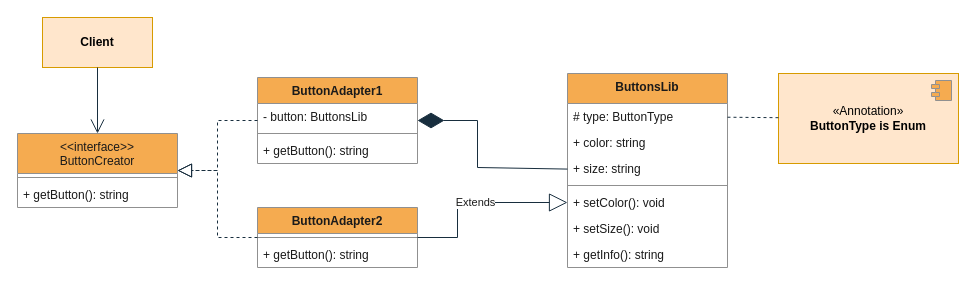
Before: diagrams/structural/1adapter.drawio in Vlas1d/BasePatterns, a draw.io diagram. Source tidied: cells renumbered, new cells numbered last; positions are measured from the earlier drawing's top-left corner, leaving out a move shared by most shapes. Both pictures are drawn from the tidied source at 100%, with x=0, y=0 at pixel (17, 17).
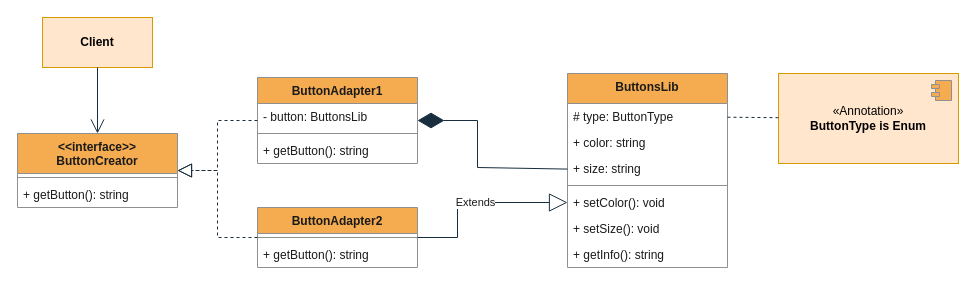
After the change.

Commit message (it also covers changes not shown here):
wrapper (code&diagram)

Change to the diagram source:
```diff
@@
-    <mxCell id="4" value="&lt;span style=&quot;font-weight: normal;&quot;&gt;&amp;lt;&amp;lt;interface&amp;gt;&amp;gt;&lt;br&gt;ButtonCreator&lt;/span&gt;" style="swimlane;fontStyle=1;align=center;verticalAlign=top;horizontal=1;startSize=40;whiteSpace=wrap;html=1;strokeColor=#909090;fontColor=#1A1A1A;fillColor=#F5AB50;" parent="1" vertex="1">
+    <mxCell id="4" value="&amp;lt;&amp;lt;interface&amp;gt;&amp;gt;&lt;br&gt;ButtonCreator" style="swimlane;fontStyle=1;align=center;verticalAlign=top;horizontal=1;startSize=40;whiteSpace=wrap;html=1;strokeColor=#909090;fontColor=#1A1A1A;fillColor=#F5AB50;" parent="1" vertex="1">
       <mxGeometry y="116" width="160" height="74" as="geometry" />
     </mxCell>
```
